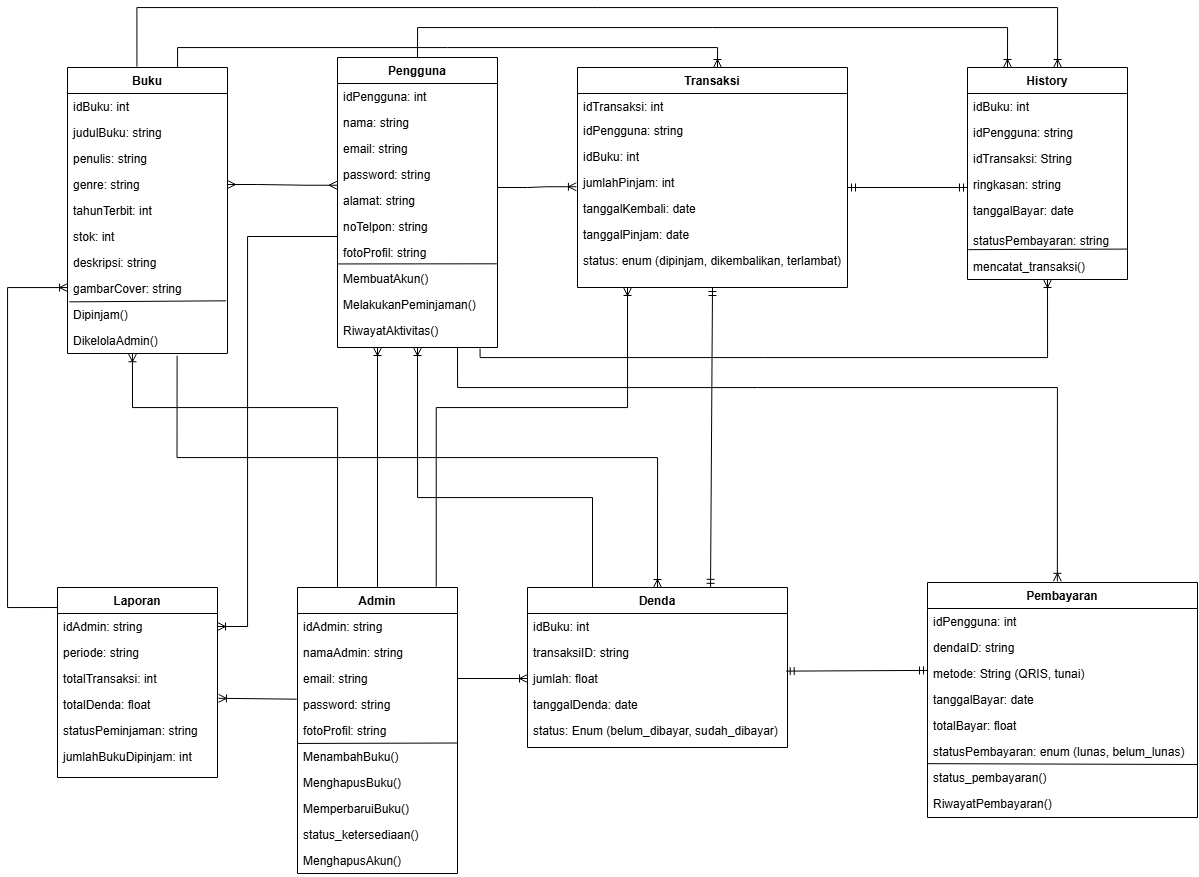
dekaaa115/Buku-in keeps this draw.io diagram as assets/images/class_diagram.png. Above is the earlier version. Source tidied: cells renumbered, new cells last; positions are measured from the earlier drawing's top-left corner, leaving out a move shared by most shapes.
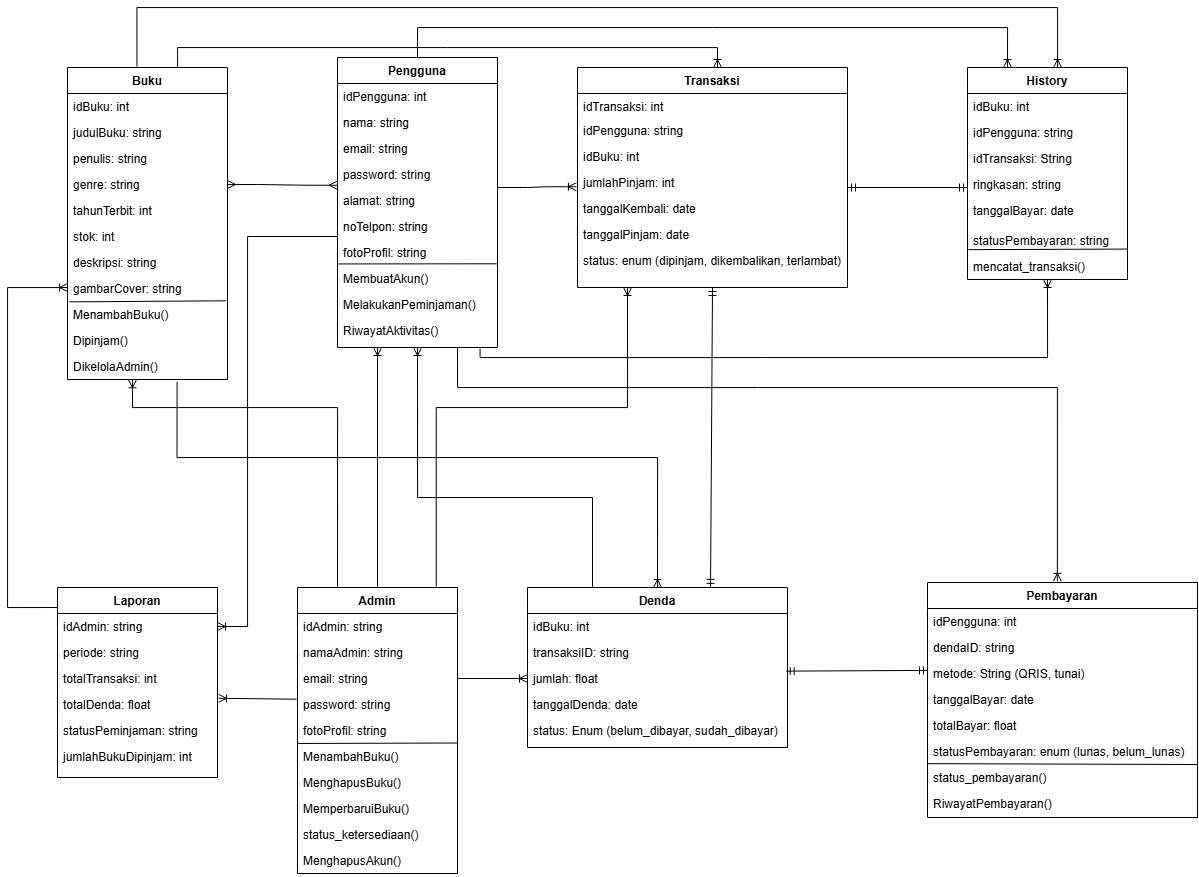
The same file after the commit.

Change to the diagram source:
```diff
@@ -3,7 +3,7 @@
     <mxCell id="0" />
     <mxCell id="1" parent="0" />
     <mxCell id="2" value="Buku" style="swimlane;fontStyle=1;align=center;verticalAlign=top;horizontal=1;startSize=26;rounded=0;shadow=0;strokeWidth=1;" parent="1" vertex="1">
-      <mxGeometry x="60" y="60" width="160" height="286" as="geometry" />
+      <mxGeometry x="60" y="60" width="160" height="312" as="geometry" />
     </mxCell>
     <mxCell id="3" value="idBuku: int" style="text;align=left;verticalAlign=top;spacingLeft=4;spacingRight=4;overflow=hidden;" parent="2" vertex="1">
       <mxGeometry y="26" width="160" height="26" as="geometry" />
@@ -29,11 +29,14 @@
     <mxCell id="10" value="gambarCover: string" style="text;align=left;verticalAlign=top;spacingLeft=4;spacingRight=4;overflow=hidden;points=[[0,0.5],[1,0.5]];portConstraint=eastwest;rounded=0;shadow=0;html=0;" parent="2" vertex="1">
       <mxGeometry y="208" width="160" height="26" as="geometry" />
     </mxCell>
+    <mxCell id="33" value="MenambahBuku()" style="text;align=left;verticalAlign=top;spacingLeft=4;spacingRight=4;overflow=hidden;" parent="2" vertex="1">
+      <mxGeometry y="234" width="160" height="26" as="geometry" />
+    </mxCell>
     <mxCell id="11" value="Dipinjam()" style="text;align=left;verticalAlign=top;spacingLeft=4;spacingRight=4;overflow=hidden;rounded=0;shadow=0;html=0;" parent="2" vertex="1">
-      <mxGeometry y="234" width="160" height="26" as="geometry" />
+      <mxGeometry y="260" width="160" height="26" as="geometry" />
     </mxCell>
     <mxCell id="12" value="DikelolaAdmin()" style="text;align=left;verticalAlign=top;spacingLeft=4;spacingRight=4;overflow=hidden;points=[[0,0.5],[1,0.5]];portConstraint=eastwest;rounded=0;shadow=0;html=0;" parent="2" vertex="1">
-      <mxGeometry y="260" width="160" height="26" as="geometry" />
+      <mxGeometry y="286" width="160" height="26" as="geometry" />
     </mxCell>
     <mxCell id="13" style="endArrow=none;html=1;rounded=0;exitX=0.011;exitY=1.014;exitDx=0;exitDy=0;exitPerimeter=0;entryX=0.991;entryY=0.974;entryDx=0;entryDy=0;entryPerimeter=0;" parent="2" edge="1" source="10" target="10">
       <mxGeometry relative="1" as="geometry" />
@@ -98,9 +101,9 @@
         <mxPoint x="159.4" y="155.5" as="targetPoint" />
       </mxGeometry>
     </mxCell>
-    <mxCell id="33" value="MenambahBuku()" style="text;align=left;verticalAlign=top;spacingLeft=4;spacingRight=4;overflow=hidden;" parent="26" vertex="1">
-      <mxGeometry y="156" width="160" height="26" as="geometry" />
-    </mxCell>
+    <mxCell id="97" value="MenambahBuku()" style="text;align=left;verticalAlign=top;spacingLeft=4;spacingRight=4;overflow=hidden;" parent="26" vertex="1">
+      <mxGeometry y="156" width="160" height="26" as="geometry" />
+    </mxCell>
     <mxCell id="34" value="MenghapusBuku()" style="text;align=left;verticalAlign=top;spacingLeft=4;spacingRight=4;overflow=hidden;" parent="26" vertex="1">
       <mxGeometry y="182" width="160" height="26" as="geometry" />
     </mxCell>
```
